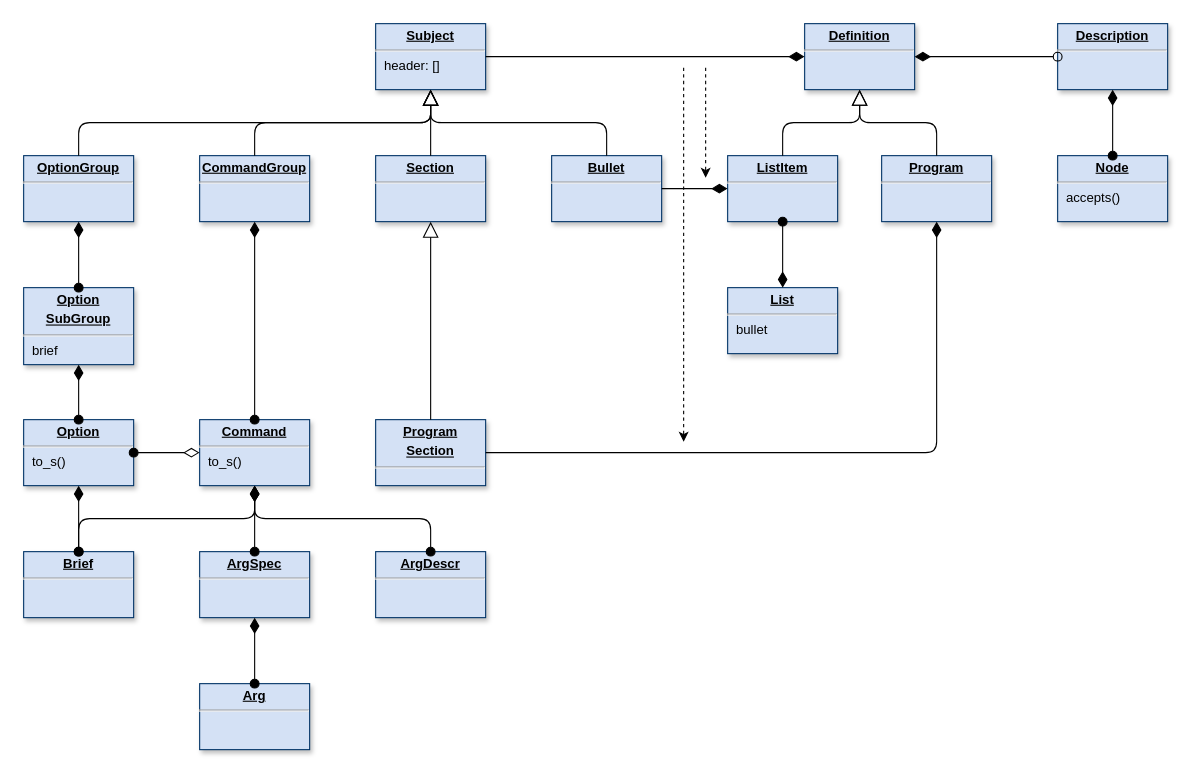
Before: page "Page-7" (2 of 7) of doc/diagram.drawio in clrgit/shellopts, a draw.io diagram. Source tidied: cells renumbered, new cells numbered last; positions are measured from the earlier drawing's top-left corner, leaving out a move shared by most shapes. Both pictures are drawn from the tidied source at 110%, with x=0, y=0 at pixel (-76, 23).
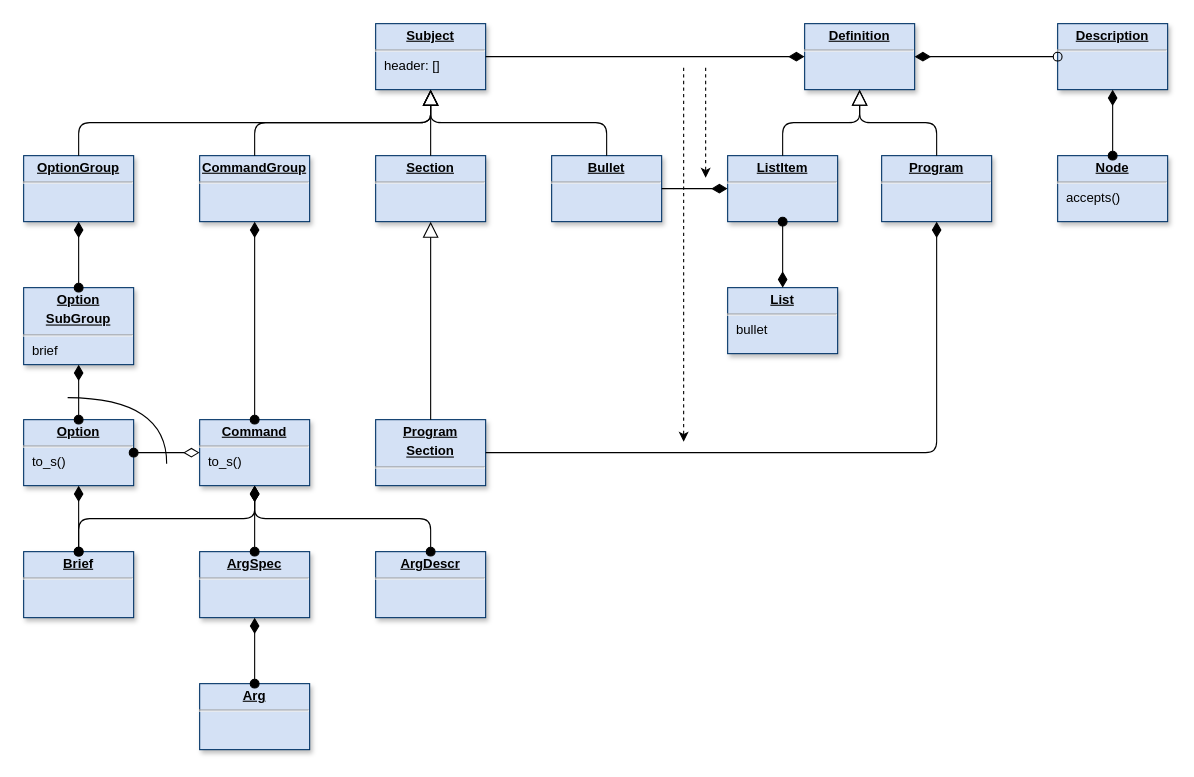
After the change.

Change to the diagram source:
```diff
@@
+    <mxCell id="45" style="endArrow=none;html=1;edgeStyle=orthogonalEdgeStyle;curved=1;" parent="1" edge="1">
+      <mxGeometry relative="1" as="geometry">
+        <mxPoint x="130" y="340" as="sourcePoint" />
+        <mxPoint x="220" y="400" as="targetPoint" />
+      </mxGeometry>
+    </mxCell>
```
